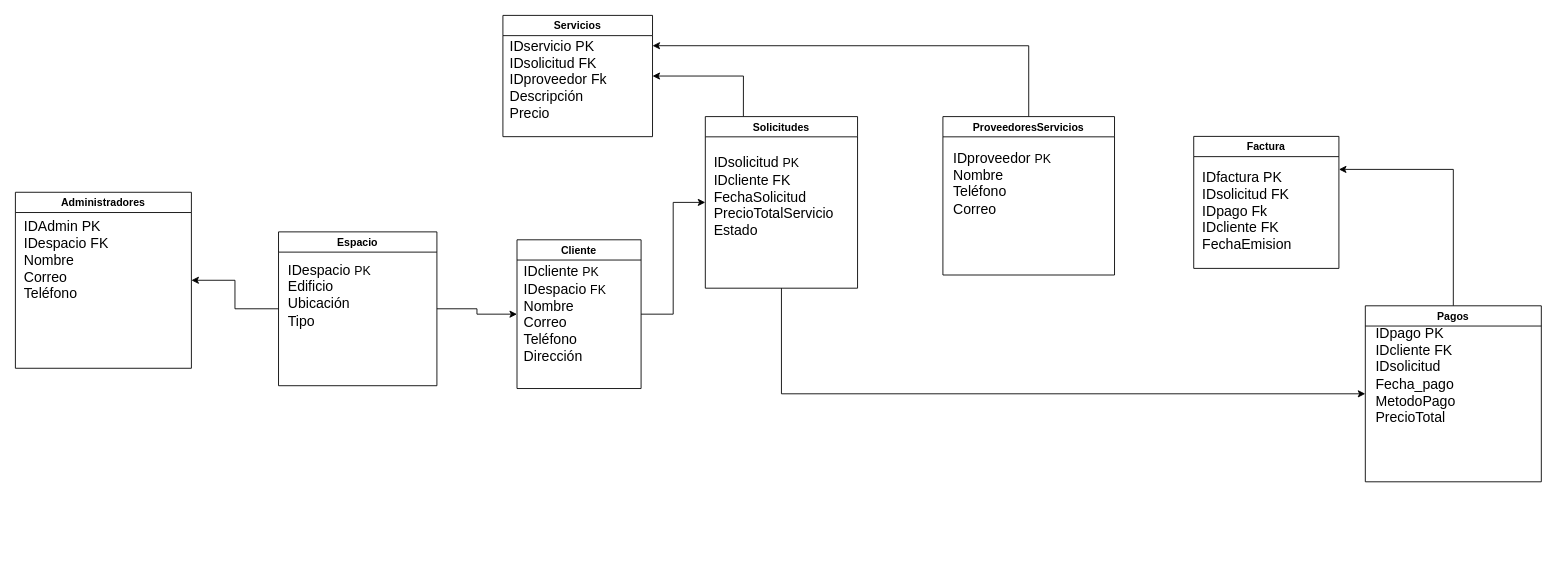
Earlier version of the draw.io diagram Diagrama sin título.drawio (CristianCenxd/Fixya-app). Source tidied: cells renumbered, new cells numbered last; positions are measured from the earlier drawing's top-left corner, leaving out a move shared by most shapes. Both pictures are drawn from the tidied source at 88%, with x=0, y=0 at pixel (15, 15).
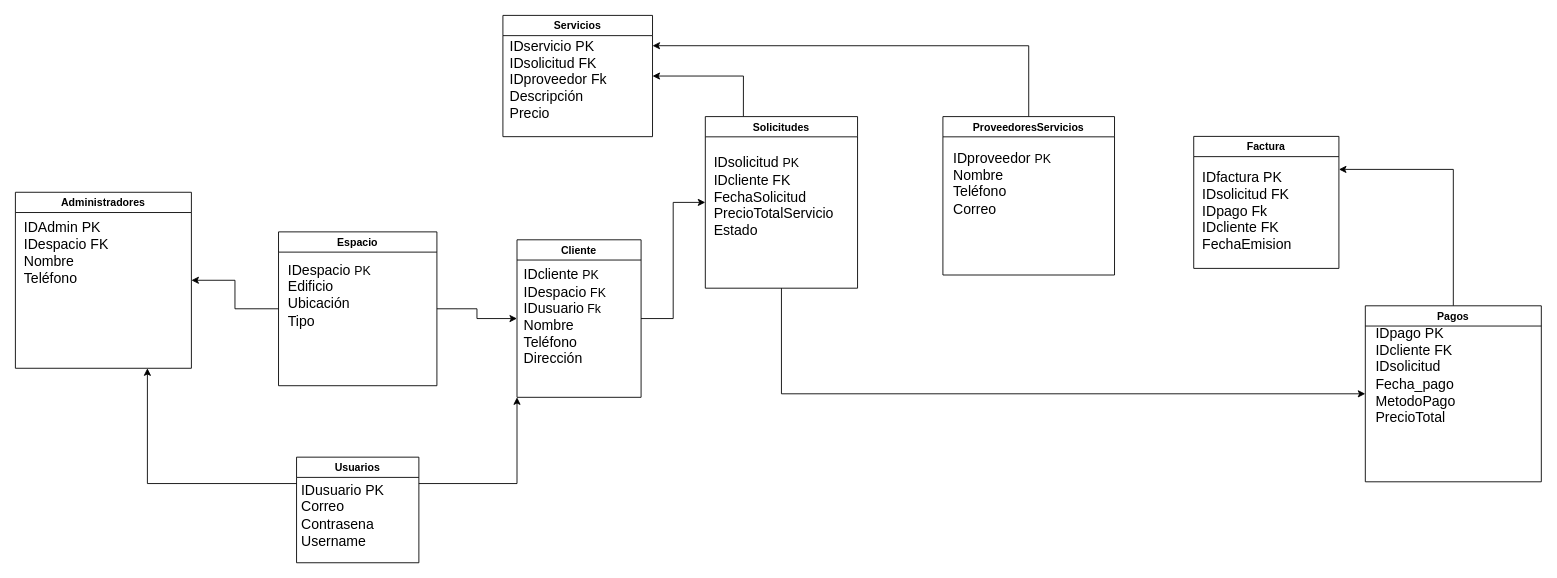
The same diagram, later.

The change refers to these unchanged cells:
```xml
<mxCell id="18" value="Administradores" style="swimlane;" parent="1" vertex="1">
  <mxGeometry y="201" width="200" height="200" as="geometry" />
</mxCell>
```

What changed in the source:
```diff
@@
     <mxCell id="3" value="Cliente" style="swimlane;" parent="1" vertex="1">
-      <mxGeometry x="570" y="255" width="141" height="169" as="geometry" />
+      <mxGeometry x="570" y="255" width="141" height="179" as="geometry" />
     </mxCell>
-    <mxCell id="4" value="&lt;font style=&quot;font-size: 16px;&quot;&gt;I&lt;font style=&quot;&quot;&gt;Dcliente &lt;/font&gt;&lt;/font&gt;&lt;font style=&quot;font-size: 14px;&quot;&gt;PK&lt;/font&gt;&lt;div&gt;&lt;span style=&quot;background-color: initial;&quot;&gt;&lt;font style=&quot;font-size: 16px;&quot;&gt;IDespacio &lt;/font&gt;&lt;span style=&quot;font-size: 14px;&quot;&gt;FK&lt;/span&gt;&lt;/span&gt;&lt;/div&gt;&lt;div&gt;&lt;span style=&quot;background-color: initial;&quot;&gt;&lt;font style=&quot;font-size: 16px;&quot;&gt;Nombre&lt;/font&gt;&lt;/span&gt;&lt;div&gt;&lt;font size=&quot;3&quot;&gt;Correo&lt;/font&gt;&lt;/div&gt;&lt;div&gt;&lt;font size=&quot;3&quot;&gt;Teléfono&lt;/font&gt;&lt;/div&gt;&lt;div&gt;&lt;font size=&quot;3&quot;&gt;Dirección&lt;/font&gt;&lt;/div&gt;&lt;div&gt;&lt;font size=&quot;3&quot;&gt;&lt;br&gt;&lt;/font&gt;&lt;/div&gt;&lt;/div&gt;" style="text;html=1;align=left;verticalAlign=middle;strokeColor=none;fillColor=none;" parent="3" vertex="1">
-      <mxGeometry x="6" y="19" width="120" height="150" as="geometry" />
+    <mxCell id="4" value="&lt;font style=&quot;font-size: 16px;&quot;&gt;I&lt;font style=&quot;&quot;&gt;Dcliente &lt;/font&gt;&lt;/font&gt;&lt;font style=&quot;font-size: 14px;&quot;&gt;PK&lt;/font&gt;&lt;div&gt;&lt;span style=&quot;background-color: initial;&quot;&gt;&lt;font style=&quot;font-size: 16px;&quot;&gt;IDespacio &lt;/font&gt;&lt;span style=&quot;font-size: 14px;&quot;&gt;FK&lt;/span&gt;&lt;/span&gt;&lt;/div&gt;&lt;div&gt;&lt;font style=&quot;font-size: 16px;&quot;&gt;IDusuario&lt;/font&gt;&lt;span style=&quot;font-size: 14px;&quot;&gt; Fk&lt;/span&gt;&lt;/div&gt;&lt;div&gt;&lt;span style=&quot;background-color: initial;&quot;&gt;&lt;font style=&quot;font-size: 16px;&quot;&gt;Nombre&lt;/font&gt;&lt;/span&gt;&lt;div&gt;&lt;font size=&quot;3&quot;&gt;Teléfono&lt;/font&gt;&lt;/div&gt;&lt;div&gt;&lt;font size=&quot;3&quot;&gt;Dirección&lt;/font&gt;&lt;/div&gt;&lt;div&gt;&lt;font size=&quot;3&quot;&gt;&lt;br&gt;&lt;/font&gt;&lt;/div&gt;&lt;/div&gt;" style="text;html=1;align=left;verticalAlign=middle;strokeColor=none;fillColor=none;" parent="3" vertex="1">
+      <mxGeometry x="6" y="22" width="120" height="150" as="geometry" />
     </mxCell>
@@
-    <mxCell id="19" value="&lt;font style=&quot;font-size: 16px;&quot;&gt;IDAdmin PK&lt;/font&gt;&lt;div&gt;&lt;font size=&quot;3&quot;&gt;IDespacio FK&lt;/font&gt;&lt;/div&gt;&lt;div&gt;&lt;font size=&quot;3&quot;&gt;Nombre&lt;br&gt;&lt;/font&gt;&lt;/div&gt;&lt;div&gt;&lt;font size=&quot;3&quot;&gt;Correo&lt;/font&gt;&lt;/div&gt;&lt;div&gt;&lt;font size=&quot;3&quot;&gt;Teléfono&lt;/font&gt;&lt;/div&gt;&lt;div&gt;&lt;br&gt;&lt;/div&gt;" style="text;html=1;align=left;verticalAlign=middle;strokeColor=none;fillColor=none;" parent="18" vertex="1">
-      <mxGeometry x="8" y="24" width="120" height="120" as="geometry" />
+    <mxCell id="19" value="&lt;font style=&quot;font-size: 16px;&quot;&gt;IDAdmin PK&lt;/font&gt;&lt;div&gt;&lt;font size=&quot;3&quot;&gt;IDespacio FK&lt;/font&gt;&lt;/div&gt;&lt;div&gt;&lt;font size=&quot;3&quot;&gt;Nombre&lt;/font&gt;&lt;/div&gt;&lt;div&gt;&lt;font size=&quot;3&quot;&gt;Teléfono&lt;/font&gt;&lt;/div&gt;&lt;div&gt;&lt;br&gt;&lt;/div&gt;" style="text;html=1;align=left;verticalAlign=middle;strokeColor=none;fillColor=none;" parent="18" vertex="1">
+      <mxGeometry x="8" y="23" width="120" height="105" as="geometry" />
     </mxCell>
@@
+    <mxCell id="25" style="edgeStyle=orthogonalEdgeStyle;rounded=0;jettySize=auto;html=1;exitX=1;exitY=0.25;exitDx=0;exitDy=0;entryX=0;entryY=1;entryDx=0;entryDy=0;" parent="1" edge="1" source="27" target="3">
+      <mxGeometry relative="1" as="geometry" />
+    </mxCell>
+    <mxCell id="26" style="edgeStyle=orthogonalEdgeStyle;rounded=0;jettySize=auto;html=1;exitX=0;exitY=0.25;exitDx=0;exitDy=0;entryX=0.75;entryY=1;entryDx=0;entryDy=0;" parent="1" edge="1" source="27" target="18">
+      <mxGeometry relative="1" as="geometry" />
+    </mxCell>
+    <mxCell id="27" value="Usuarios" style="swimlane;" parent="1" vertex="1">
+      <mxGeometry x="319.5" y="502" width="139" height="120" as="geometry" />
+    </mxCell>
+    <mxCell id="28" value="&lt;div&gt;&lt;font style=&quot;font-size: 16px;&quot;&gt;IDusuario PK&lt;/font&gt;&lt;/div&gt;&lt;font size=&quot;3&quot;&gt;Correo&lt;/font&gt;&lt;div&gt;&lt;font size=&quot;3&quot;&gt;Contrasena&lt;/font&gt;&lt;/div&gt;&lt;div&gt;&lt;font size=&quot;3&quot;&gt;Username&lt;/font&gt;&lt;/div&gt;" style="text;html=1;align=left;verticalAlign=middle;strokeColor=none;fillColor=none;" parent="27" vertex="1">
+      <mxGeometry x="3" y="21" width="120" height="90" as="geometry" />
+    </mxCell>
```
